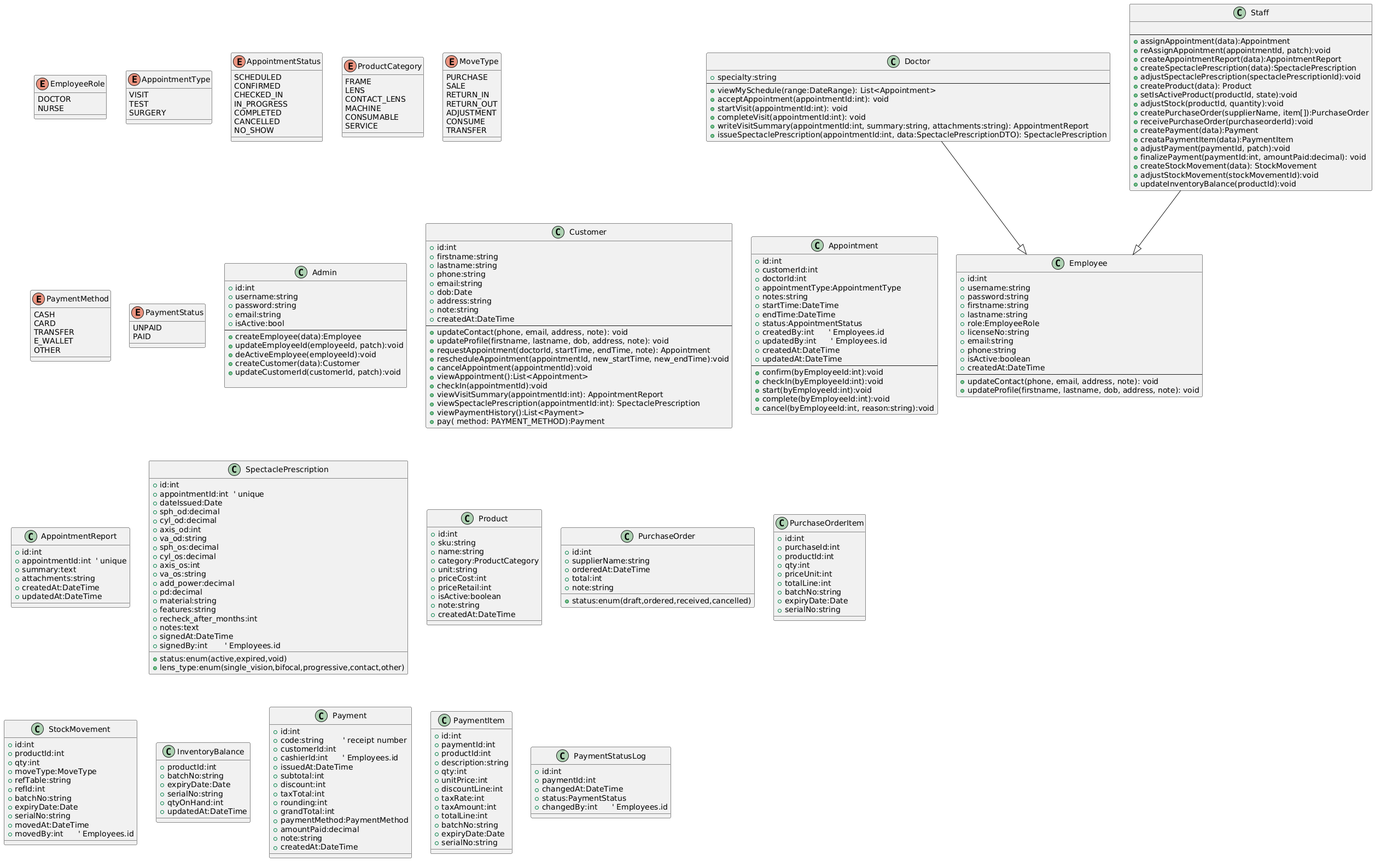
The PlantUML diagram UML/Class/ClassDiagram.png in Sagitoaz/BTL_OOP, before a commit.
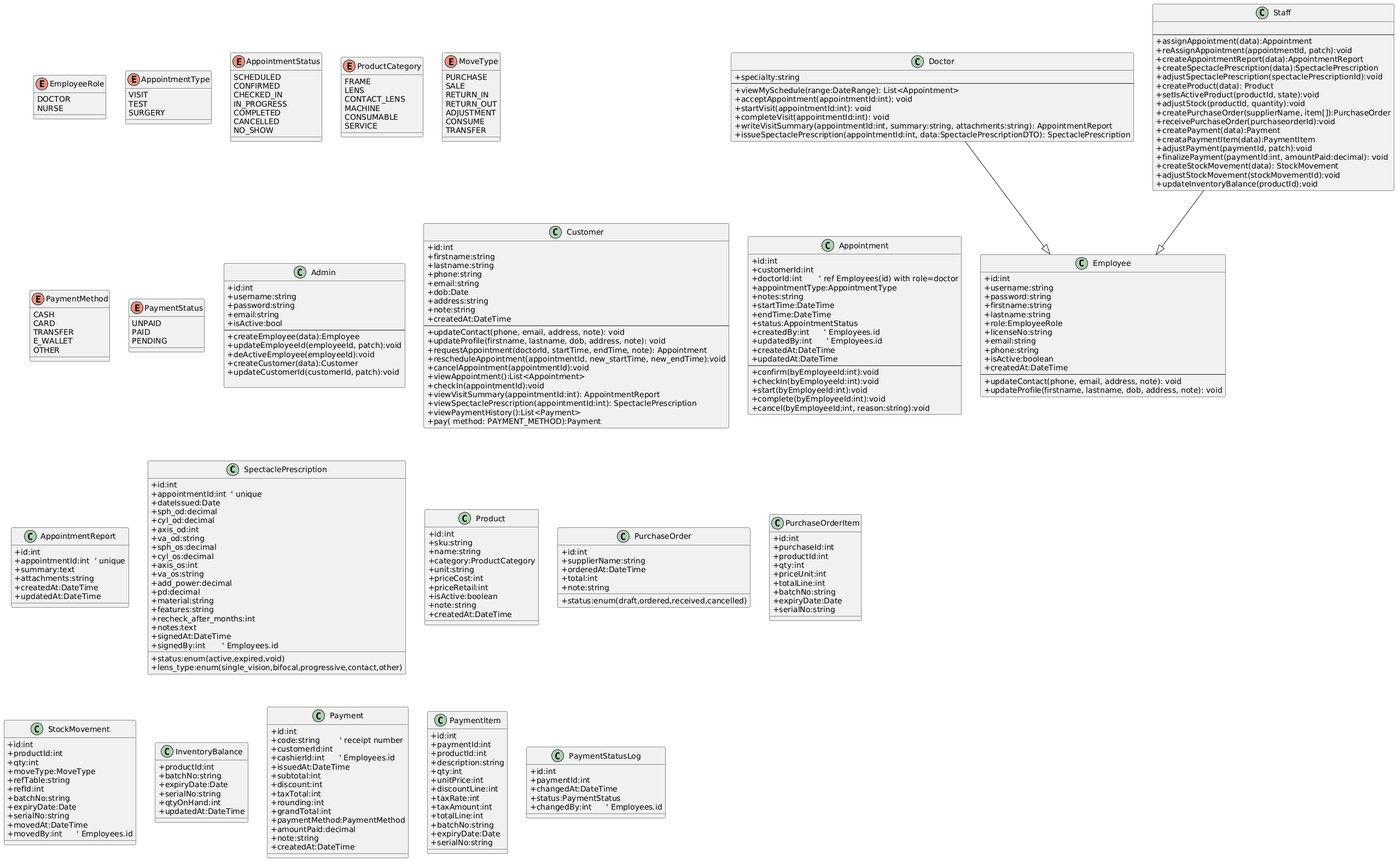
The same file after the commit.

Commit message:
fix: add pending  paymentMethod

Change to the diagram source:
```diff
@@ -1,4 +1,6 @@
 @startuml
+hide stereotypes
+skinparam classAttributeIconSize 0
 enum EmployeeRole {
   DOCTOR
   NURSE
@@ -50,6 +52,7 @@
 enum PaymentStatus {
   UNPAID
   PAID
+  PENDING
 }
 
 
@@ -144,7 +147,7 @@
 class Appointment {
   +id:int
   +customerId:int
-  +doctorId:int
+  +doctorId:int       ' ref Employees(id) with role=doctor
   +appointmentType:AppointmentType
   +notes:string
   +startTime:DateTime
```
